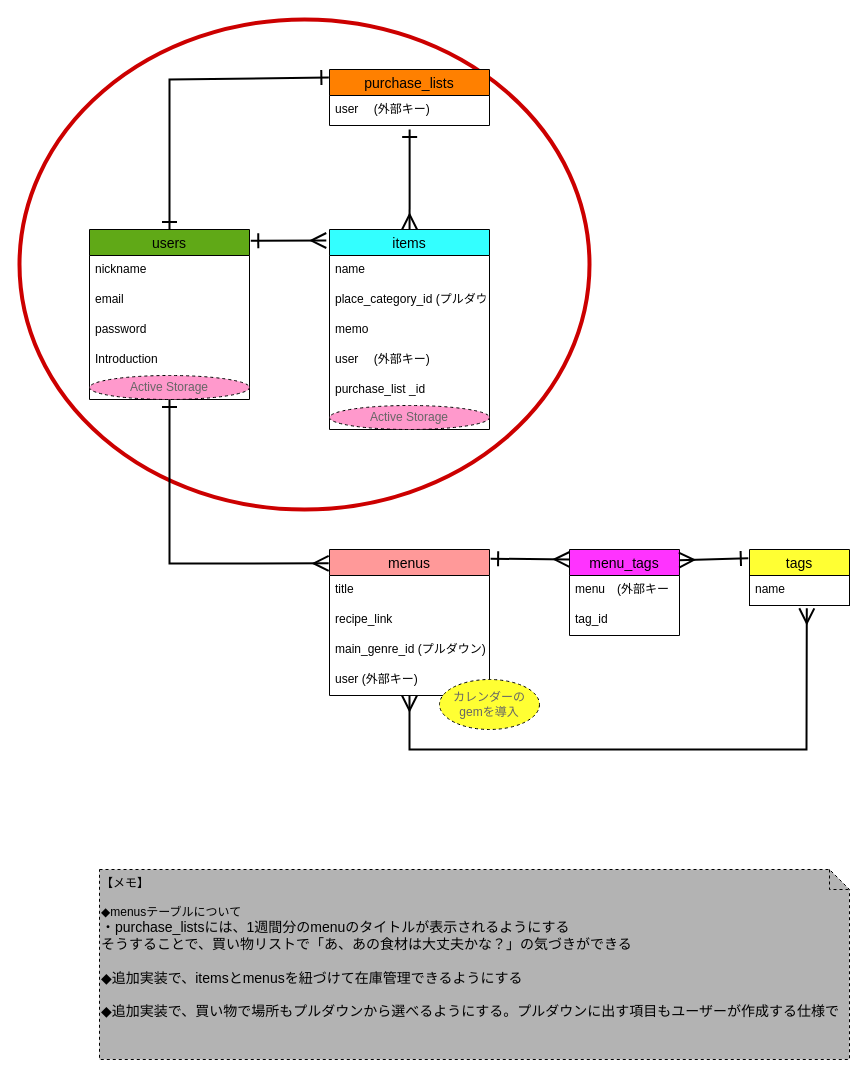
The draw.io diagram page "案1" (1 of 2) of ER.dio in miyazato1872/shopping_memo, before the edit. Source tidied: cells renumbered, new cells numbered last; positions are measured from the earlier drawing's top-left corner, leaving out a move shared by most shapes. Both pictures are drawn from the tidied source at 100%, with x=0, y=0 at pixel (19, 19).
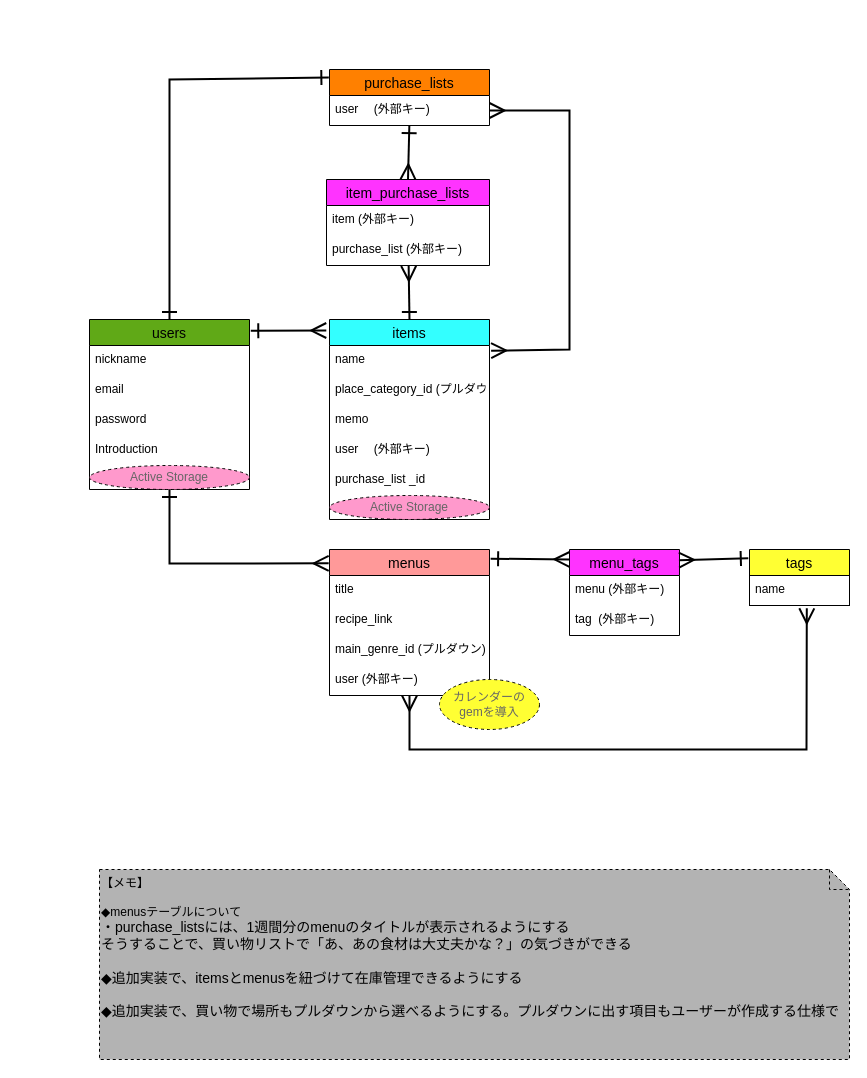
The same diagram, later.

Unchanged cells that the change refers to:
```xml
<mxCell id="8" value="Active Storage" style="ellipse;whiteSpace=wrap;html=1;align=center;rounded=0;shadow=0;glass=0;dashed=1;sketch=0;strokeColor=#000000;strokeWidth=1;fontColor=#666666;fillColor=#FF99CC;gradientColor=none;" parent="3" vertex="1">
  <mxGeometry y="146" width="160" height="24" as="geometry" />
</mxCell>
<mxCell id="10" value="name" style="text;strokeColor=none;fillColor=none;spacingLeft=4;spacingRight=4;overflow=hidden;points=[[0,0.5],[1,0.5]];portConstraint=eastwest;fontSize=12;" parent="9" vertex="1">
  <mxGeometry y="26" width="160" height="30" as="geometry" />
</mxCell>
<mxCell id="17" value="user 　(外部キー)" style="text;strokeColor=none;fillColor=none;spacingLeft=4;spacingRight=4;overflow=hidden;points=[[0,0.5],[1,0.5]];portConstraint=eastwest;fontSize=12;" parent="16" vertex="1">
  <mxGeometry y="26" width="160" height="30" as="geometry" />
</mxCell>
<mxCell id="20" value="menus" style="swimlane;fontStyle=0;horizontal=1;startSize=26;align=center;fontSize=14;rounded=0;swimlaneLine=1;glass=0;shadow=0;fillColor=#FF9999;fontColor=#000000;" parent="1" vertex="1">
  <mxGeometry x="310" y="530" width="160" height="146" as="geometry" />
</mxCell>
<mxCell id="30" value="menu_tags" style="swimlane;fontStyle=0;horizontal=1;startSize=26;align=center;fontSize=14;rounded=0;swimlaneLine=1;glass=0;shadow=0;fillColor=#FF33FF;fontColor=#000000;" parent="1" vertex="1">
  <mxGeometry x="550" y="530" width="110" height="86" as="geometry" />
</mxCell>
```

Diff of the diagram source:
```diff
@@
-    <mxCell id="2" style="ellipse;whiteSpace=wrap;html=1;align=center;rounded=0;shadow=0;glass=0;sketch=0;strokeWidth=4;fillColor=none;strokeColor=#CC0000;" parent="1" vertex="1">
-      <mxGeometry width="570" height="490" as="geometry" />
-    </mxCell>
     <mxCell id="3" value="users" style="swimlane;fontStyle=0;horizontal=1;startSize=26;align=center;fontSize=14;rounded=0;swimlaneLine=1;glass=0;shadow=0;fillColor=#60A917;fontColor=#000000;" parent="1" vertex="1">
-      <mxGeometry x="70" y="210" width="160" height="170" as="geometry" />
+      <mxGeometry x="70" y="300" width="160" height="170" as="geometry" />
     </mxCell>
@@
     <mxCell id="9" value="items" style="swimlane;fontStyle=0;horizontal=1;startSize=26;align=center;fontSize=14;rounded=0;swimlaneLine=1;glass=0;shadow=0;fillColor=#33FFFF;fontColor=#000000;" parent="1" vertex="1">
-      <mxGeometry x="310" y="210" width="160" height="200" as="geometry" />
+      <mxGeometry x="310" y="300" width="160" height="200" as="geometry" />
     </mxCell>
@@
-    <mxCell id="19" style="endArrow=ERmany;html=1;rounded=0;strokeWidth=2;fontColor=#F0F0F0;startSize=12;endSize=12;sourcePerimeterSpacing=0;endFill=0;startArrow=ERone;startFill=0;exitX=0.501;exitY=1.137;exitDx=0;exitDy=0;exitPerimeter=0;" parent="1" edge="1" source="17" target="9">
+    <mxCell id="19" style="endArrow=ERmany;html=1;rounded=0;strokeWidth=2;fontColor=#F0F0F0;startSize=12;endSize=12;sourcePerimeterSpacing=0;endFill=0;startArrow=ERone;startFill=0;exitX=0.499;exitY=1.006;exitDx=0;exitDy=0;exitPerimeter=0;entryX=0.5;entryY=0;entryDx=0;entryDy=0;" parent="1" edge="1" source="17" target="37">
       <mxGeometry relative="1" as="geometry" />
     </mxCell>
@@
-    <mxCell id="27" style="endArrow=ERone;html=1;rounded=0;strokeWidth=2;fontColor=#F0F0F0;startSize=12;endSize=12;sourcePerimeterSpacing=0;endFill=0;startArrow=ERmany;startFill=0;exitX=-0.005;exitY=0.095;exitDx=0;exitDy=0;exitPerimeter=0;entryX=0.5;entryY=1;entryDx=0;entryDy=0;" parent="1" edge="1" source="20" target="3">
+    <mxCell id="27" style="endArrow=ERone;html=1;rounded=0;strokeWidth=2;fontColor=#F0F0F0;startSize=12;endSize=12;sourcePerimeterSpacing=0;endFill=0;startArrow=ERmany;startFill=0;exitX=-0.005;exitY=0.095;exitDx=0;exitDy=0;exitPerimeter=0;entryX=0.5;entryY=1;entryDx=0;entryDy=0;" parent="1" edge="1" source="20" target="8">
       <mxGeometry relative="1" as="geometry">
         <Array as="points">
           <mxPoint x="150" y="544" />
         </Array>
       </mxGeometry>
     </mxCell>
@@
-    <mxCell id="31" value="menu　(外部キー" style="text;strokeColor=none;fillColor=none;spacingLeft=4;spacingRight=4;overflow=hidden;fontSize=12;" parent="30" vertex="1">
+    <mxCell id="31" value="menu (外部キー)" style="text;strokeColor=none;fillColor=none;spacingLeft=4;spacingRight=4;overflow=hidden;fontSize=12;" parent="30" vertex="1">
       <mxGeometry y="26" width="110" height="30" as="geometry" />
     </mxCell>
-    <mxCell id="32" value="tag_id" style="text;strokeColor=none;fillColor=none;spacingLeft=4;spacingRight=4;overflow=hidden;fontSize=12;" parent="30" vertex="1">
+    <mxCell id="32" value="tag  (外部キー)" style="text;strokeColor=none;fillColor=none;spacingLeft=4;spacingRight=4;overflow=hidden;fontSize=12;" parent="30" vertex="1">
       <mxGeometry y="56" width="110" height="30" as="geometry" />
     </mxCell>
@@
+    <mxCell id="37" value="item_purchase_lists" style="swimlane;fontStyle=0;horizontal=1;startSize=26;align=center;fontSize=14;rounded=0;swimlaneLine=1;glass=0;shadow=0;fillColor=#FF33FF;fontColor=#000000;" parent="1" vertex="1">
+      <mxGeometry x="307" y="160" width="163" height="86" as="geometry" />
+    </mxCell>
+    <mxCell id="38" value="item (外部キー)" style="text;strokeColor=none;fillColor=none;spacingLeft=4;spacingRight=4;overflow=hidden;fontSize=12;" parent="37" vertex="1">
+      <mxGeometry y="26" width="163" height="30" as="geometry" />
+    </mxCell>
+    <mxCell id="39" value="purchase_list (外部キー)" style="text;strokeColor=none;fillColor=none;spacingLeft=4;spacingRight=4;overflow=hidden;points=[[0,0.5],[1,0.5]];portConstraint=eastwest;fontSize=12;" parent="37" vertex="1">
+      <mxGeometry y="56" width="163" height="30" as="geometry" />
+    </mxCell>
+    <mxCell id="40" style="endArrow=ERmany;html=1;rounded=0;strokeWidth=2;fontColor=#F0F0F0;startSize=12;endSize=12;sourcePerimeterSpacing=0;endFill=0;startArrow=ERone;startFill=0;exitX=0.5;exitY=0;exitDx=0;exitDy=0;entryX=0.504;entryY=1.011;entryDx=0;entryDy=0;entryPerimeter=0;" parent="1" edge="1" source="9" target="39">
+      <mxGeometry relative="1" as="geometry" />
+    </mxCell>
+    <mxCell id="41" style="endArrow=ERmany;html=1;rounded=0;strokeWidth=2;fontColor=#F0F0F0;startSize=12;endSize=12;sourcePerimeterSpacing=0;endFill=0;startArrow=ERmany;startFill=0;exitX=1;exitY=0.5;exitDx=0;exitDy=0;entryX=1.01;entryY=0.172;entryDx=0;entryDy=0;entryPerimeter=0;" parent="1" edge="1" source="17" target="10">
+      <mxGeometry relative="1" as="geometry">
+        <Array as="points">
+          <mxPoint x="550" y="91" />
+          <mxPoint x="550" y="330" />
+        </Array>
+      </mxGeometry>
+    </mxCell>
```
